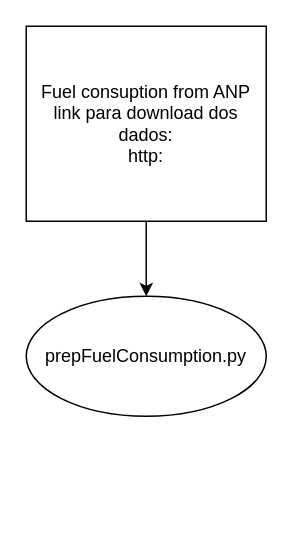
Above: BRAVESv2.0.drawio in leohoinaski/BRAVES (draw.io), before the change. Source tidied: cells renumbered, new cells numbered last; positions are measured from the earlier drawing's top-left corner, leaving out a move shared by most shapes. Both pictures are drawn from the tidied source at 150%, with x=0, y=0 at pixel (26, 26).
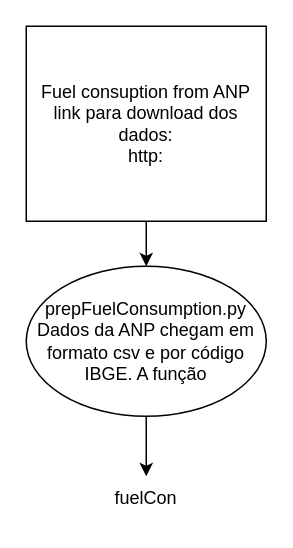
The same diagram, later.

Change to the diagram source:
```diff
@@
 <mxGraphModel>
   <root>
     <mxCell id="0" />
     <mxCell id="1" parent="0" />
     <mxCell id="2" style="edgeStyle=orthogonalEdgeStyle;rounded=0;jettySize=auto;html=1;" parent="1" edge="1" source="3" target="4">
       <mxGeometry relative="1" as="geometry" />
     </mxCell>
     <mxCell id="3" value="&lt;div&gt;Fuel consuption from ANP&lt;/div&gt;&lt;div&gt;link para download dos dados:&lt;/div&gt;&lt;div&gt;http:&lt;br&gt;&lt;/div&gt;" style="rounded=0;whiteSpace=wrap;html=1;" parent="1" vertex="1">
       <mxGeometry width="160" height="130" as="geometry" />
     </mxCell>
+    <mxCell id="5" style="edgeStyle=orthogonalEdgeStyle;rounded=0;jettySize=auto;html=1;" parent="1" edge="1" source="4" target="6">
+      <mxGeometry relative="1" as="geometry" />
+    </mxCell>
-    <mxCell id="4" value="&lt;div&gt;prepFuelConsumption.py&lt;/div&gt;" style="ellipse;whiteSpace=wrap;html=1;" parent="1" vertex="1">
-      <mxGeometry y="180" width="160" height="80" as="geometry" />
+    <mxCell id="4" value="&lt;div&gt;prepFuelConsumption.py&lt;/div&gt;&lt;div&gt;Dados da ANP chegam em formato csv e por código IBGE. A função &lt;br&gt;&lt;/div&gt;" style="ellipse;whiteSpace=wrap;html=1;" parent="1" vertex="1">
+      <mxGeometry y="160" width="160" height="100" as="geometry" />
     </mxCell>
+    <mxCell id="6" value="&lt;div&gt;fuelCon&lt;/div&gt;" style="text;html=1;align=center;verticalAlign=middle;whiteSpace=wrap;rounded=0;" parent="1" vertex="1">
+      <mxGeometry x="50" y="300" width="60" height="30" as="geometry" />
+    </mxCell>
   </root>
 </mxGraphModel>
```
